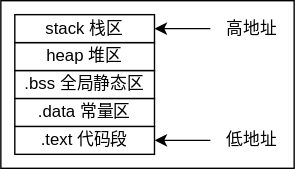
The draw.io diagram source/image/C++/内存布局.svg in CcooLcyy/CcooLcyy.github.io, before a commit. Source tidied: cells renumbered, new cells last; positions are measured from the earlier drawing's top-left corner, leaving out a move shared by most shapes.
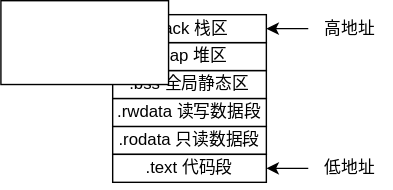
Later version of the same file.

Change to the diagram source:
```diff
@@ -2,34 +2,32 @@
   <root>
     <mxCell id="0" />
     <mxCell id="1" parent="0" />
-    <mxCell id="2" style="rounded=0;whiteSpace=wrap;html=1;" parent="1" vertex="1">
-      <mxGeometry width="210" height="120" as="geometry" />
-    </mxCell>
-    <mxCell id="3" value=".text 代码段" style="rounded=0;whiteSpace=wrap;html=1;" parent="1" vertex="1">
-      <mxGeometry x="10" y="90" width="100" height="20" as="geometry" />
+    <mxCell id="3" value=".rodata 只读数据段" style="rounded=0;whiteSpace=wrap;html=1;" parent="1" vertex="1">
+      <mxGeometry x="10" y="90" width="110" height="20" as="geometry" />
     </mxCell>
-    <mxCell id="4" style="edgeStyle=orthogonalEdgeStyle;rounded=0;jettySize=auto;html=1;entryX=1;entryY=0.5;entryDx=0;entryDy=0;" parent="1" edge="1" source="5" target="3">
+    <mxCell id="4" style="edgeStyle=orthogonalEdgeStyle;rounded=0;jettySize=auto;html=1;entryX=1;entryY=0.5;entryDx=0;entryDy=0;" parent="1" edge="1" source="5">
       <mxGeometry relative="1" as="geometry">
+        <mxPoint x="120" y="120" as="targetPoint" />
         <Array as="points">
-          <mxPoint x="130" y="100" />
-          <mxPoint x="130" y="100" />
+          <mxPoint x="130" y="120" />
+          <mxPoint x="130" y="120" />
         </Array>
       </mxGeometry>
     </mxCell>
     <mxCell id="5" value="低地址" style="text;html=1;align=center;verticalAlign=middle;whiteSpace=wrap;rounded=0;" parent="1" vertex="1">
-      <mxGeometry x="150" y="85" width="60" height="30" as="geometry" />
+      <mxGeometry x="150" y="105" width="60" height="30" as="geometry" />
     </mxCell>
-    <mxCell id="6" value=".data 常量区" style="rounded=0;whiteSpace=wrap;html=1;" parent="1" vertex="1">
-      <mxGeometry x="10" y="70" width="100" height="20" as="geometry" />
+    <mxCell id="6" value=".rwdata 读写数据段" style="rounded=0;whiteSpace=wrap;html=1;" parent="1" vertex="1">
+      <mxGeometry x="10" y="70" width="110" height="20" as="geometry" />
     </mxCell>
     <mxCell id="7" value=".bss 全局静态区" style="rounded=0;whiteSpace=wrap;html=1;" parent="1" vertex="1">
-      <mxGeometry x="10" y="50" width="100" height="20" as="geometry" />
+      <mxGeometry x="10" y="50" width="110" height="20" as="geometry" />
     </mxCell>
     <mxCell id="8" value="heap 堆区" style="rounded=0;whiteSpace=wrap;html=1;" parent="1" vertex="1">
-      <mxGeometry x="10" y="30" width="100" height="20" as="geometry" />
+      <mxGeometry x="10" y="30" width="110" height="20" as="geometry" />
     </mxCell>
     <mxCell id="9" value="stack 栈区" style="rounded=0;whiteSpace=wrap;html=1;" parent="1" vertex="1">
-      <mxGeometry x="10" y="10" width="100" height="20" as="geometry" />
+      <mxGeometry x="10" y="10" width="110" height="20" as="geometry" />
     </mxCell>
     <mxCell id="10" style="edgeStyle=orthogonalEdgeStyle;rounded=0;jettySize=auto;html=1;entryX=1;entryY=0.5;entryDx=0;entryDy=0;" parent="1" edge="1" source="11" target="9">
       <mxGeometry relative="1" as="geometry" />
@@ -37,5 +35,11 @@
     <mxCell id="11" value="高地址" style="text;html=1;align=center;verticalAlign=middle;whiteSpace=wrap;rounded=0;" parent="1" vertex="1">
       <mxGeometry x="150" y="5" width="60" height="30" as="geometry" />
     </mxCell>
+    <mxCell id="12" value=".text 代码段" style="rounded=0;whiteSpace=wrap;html=1;" parent="1" vertex="1">
+      <mxGeometry x="10" y="110" width="110" height="20" as="geometry" />
+    </mxCell>
+    <mxCell id="13" style="rounded=0;whiteSpace=wrap;html=1;" parent="1" vertex="1">
+      <mxGeometry x="-70" width="120" height="60" as="geometry" />
+    </mxCell>
   </root>
 </mxGraphModel>
```
